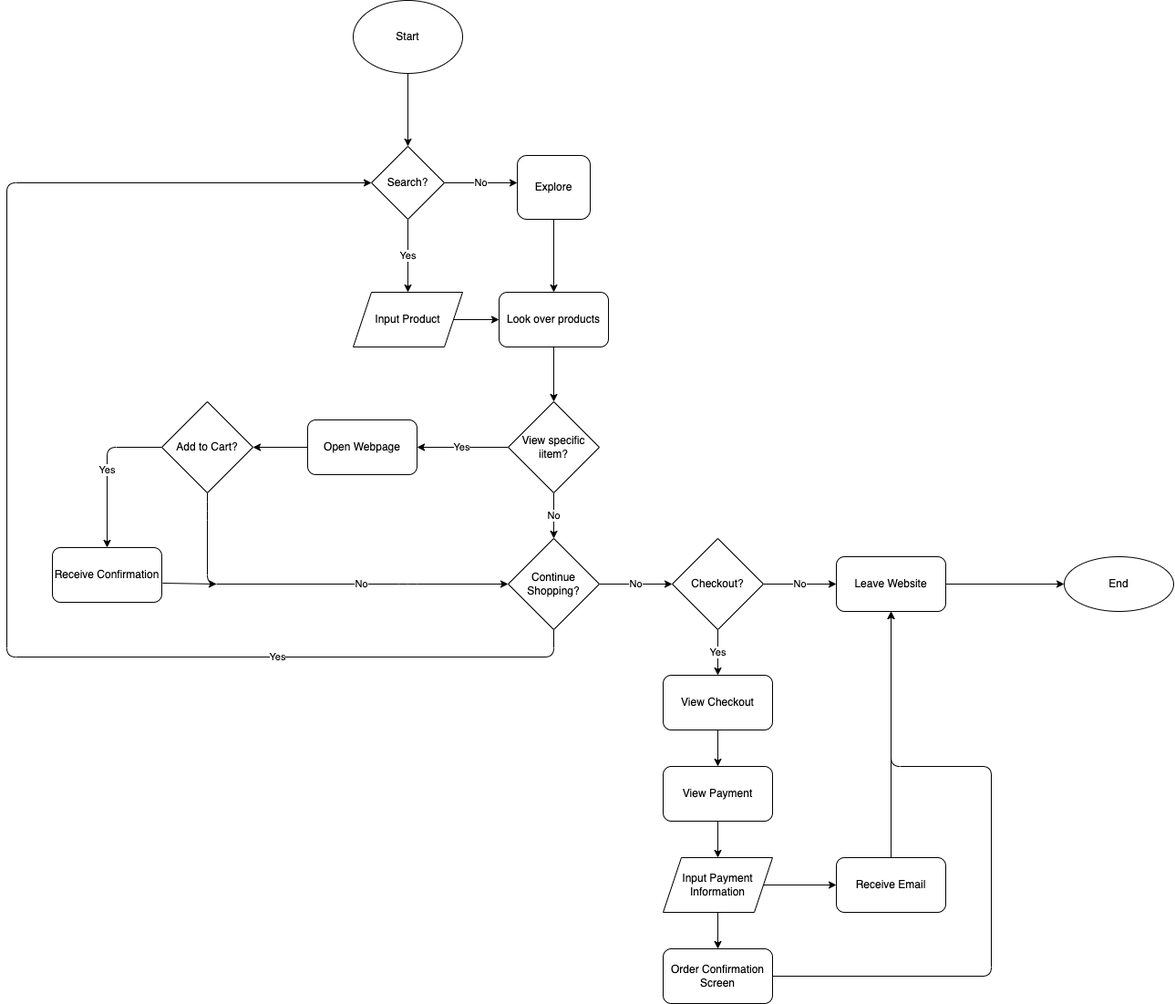
Before: explore/diagramming/diagram.drawio.png, a diagram exported from draw.io (3ndrew123/fa22-cse110-lab4). Source tidied: cells renumbered, new cells last; positions are measured from the earlier drawing's top-left corner, leaving out a move shared by most shapes. The source it was exported from:
```xml
<mxGraphModel>
  <root>
    <mxCell id="0" />
    <mxCell id="1" parent="0" />
    <mxCell id="2" style="edgeStyle=none;html=1;entryX=0.5;entryY=0;entryDx=0;entryDy=0;" parent="1" edge="1" source="3" target="6">
      <mxGeometry relative="1" as="geometry" />
    </mxCell>
    <mxCell id="3" value="Start" style="ellipse;whiteSpace=wrap;html=1;" parent="1" vertex="1">
      <mxGeometry x="380" width="120" height="80" as="geometry" />
    </mxCell>
    <mxCell id="4" value="No" style="edgeStyle=none;html=1;entryX=0;entryY=0.5;entryDx=0;entryDy=0;" parent="1" edge="1" source="6">
      <mxGeometry relative="1" as="geometry">
        <mxPoint x="560" y="200" as="targetPoint" />
      </mxGeometry>
    </mxCell>
    <mxCell id="5" value="Yes" style="edgeStyle=none;html=1;" parent="1" edge="1" source="6" target="9">
      <mxGeometry relative="1" as="geometry" />
    </mxCell>
    <mxCell id="6" value="Search?" style="rhombus;whiteSpace=wrap;html=1;" parent="1" vertex="1">
      <mxGeometry x="400" y="160" width="80" height="80" as="geometry" />
    </mxCell>
    <mxCell id="7" style="edgeStyle=none;html=1;entryX=0.5;entryY=0;entryDx=0;entryDy=0;" parent="1" edge="1" target="11">
      <mxGeometry relative="1" as="geometry">
        <mxPoint x="600" y="240" as="sourcePoint" />
      </mxGeometry>
    </mxCell>
    <mxCell id="8" style="edgeStyle=none;html=1;" parent="1" edge="1" source="9" target="11">
      <mxGeometry relative="1" as="geometry" />
    </mxCell>
    <mxCell id="9" value="Input Product" style="shape=parallelogram;perimeter=parallelogramPerimeter;whiteSpace=wrap;html=1;fixedSize=1;" parent="1" vertex="1">
      <mxGeometry x="380" y="320" width="120" height="60" as="geometry" />
    </mxCell>
    <mxCell id="10" style="edgeStyle=none;html=1;" parent="1" edge="1" source="11">
      <mxGeometry relative="1" as="geometry">
        <mxPoint x="600" y="440" as="targetPoint" />
      </mxGeometry>
    </mxCell>
    <mxCell id="11" value="Look over products" style="rounded=1;whiteSpace=wrap;html=1;" parent="1" vertex="1">
      <mxGeometry x="540" y="320" width="120" height="60" as="geometry" />
    </mxCell>
    <mxCell id="12" value="Explore" style="rounded=1;whiteSpace=wrap;html=1;" parent="1" vertex="1">
      <mxGeometry x="560" y="170" width="80" height="70" as="geometry" />
    </mxCell>
    <mxCell id="13" value="No" style="edgeStyle=none;html=1;" parent="1" edge="1" source="15" target="18">
      <mxGeometry relative="1" as="geometry" />
    </mxCell>
    <mxCell id="14" value="Yes" style="edgeStyle=none;html=1;" parent="1" edge="1" source="15">
      <mxGeometry relative="1" as="geometry">
        <mxPoint x="450" y="490" as="targetPoint" />
      </mxGeometry>
    </mxCell>
    <mxCell id="15" value="View specific iitem?" style="rhombus;whiteSpace=wrap;html=1;" parent="1" vertex="1">
      <mxGeometry x="550" y="440" width="100" height="100" as="geometry" />
    </mxCell>
    <mxCell id="16" value="Yes" style="edgeStyle=none;html=1;exitX=0.5;exitY=1;exitDx=0;exitDy=0;entryX=0;entryY=0.5;entryDx=0;entryDy=0;" parent="1" edge="1" source="18" target="6">
      <mxGeometry x="-0.57" relative="1" as="geometry">
        <Array as="points">
          <mxPoint x="600" y="720" />
          <mxPoint y="720" />
          <mxPoint y="200" />
        </Array>
      </mxGeometry>
    </mxCell>
    <mxCell id="17" value="No" style="edgeStyle=none;html=1;entryX=0;entryY=0.5;entryDx=0;entryDy=0;" parent="1" edge="1" source="18" target="28">
      <mxGeometry relative="1" as="geometry" />
    </mxCell>
    <mxCell id="18" value="Continue Shopping?" style="rhombus;whiteSpace=wrap;html=1;" parent="1" vertex="1">
      <mxGeometry x="550" y="590" width="100" height="100" as="geometry" />
    </mxCell>
    <mxCell id="19" value="No" style="edgeStyle=none;html=1;entryX=0;entryY=0.5;entryDx=0;entryDy=0;" parent="1" edge="1" source="21" target="18">
      <mxGeometry x="0.26" relative="1" as="geometry">
        <Array as="points">
          <mxPoint x="220" y="560" />
          <mxPoint x="220" y="640" />
          <mxPoint x="440" y="640" />
        </Array>
      </mxGeometry>
    </mxCell>
    <mxCell id="20" value="Yes" style="edgeStyle=none;html=1;entryX=0.5;entryY=0;entryDx=0;entryDy=0;exitX=0;exitY=0.5;exitDx=0;exitDy=0;" parent="1" edge="1" source="21" target="23">
      <mxGeometry relative="1" as="geometry">
        <Array as="points">
          <mxPoint x="110" y="490" />
        </Array>
      </mxGeometry>
    </mxCell>
    <mxCell id="21" value="Add to Cart?" style="rhombus;whiteSpace=wrap;html=1;" parent="1" vertex="1">
      <mxGeometry x="170" y="440" width="100" height="100" as="geometry" />
    </mxCell>
    <mxCell id="22" style="edgeStyle=none;html=1;exitX=1.008;exitY=0.65;exitDx=0;exitDy=0;exitPerimeter=0;" parent="1" edge="1" source="23">
      <mxGeometry relative="1" as="geometry">
        <mxPoint x="230" y="640" as="targetPoint" />
      </mxGeometry>
    </mxCell>
    <mxCell id="23" value="Receive Confirmation" style="rounded=1;whiteSpace=wrap;html=1;" parent="1" vertex="1">
      <mxGeometry x="50" y="600" width="120" height="60" as="geometry" />
    </mxCell>
    <mxCell id="24" style="edgeStyle=none;html=1;entryX=1;entryY=0.5;entryDx=0;entryDy=0;" parent="1" edge="1" source="25" target="21">
      <mxGeometry relative="1" as="geometry" />
    </mxCell>
    <mxCell id="25" value="Open Webpage" style="rounded=1;whiteSpace=wrap;html=1;" parent="1" vertex="1">
      <mxGeometry x="330" y="460" width="120" height="60" as="geometry" />
    </mxCell>
    <mxCell id="26" value="No" style="edgeStyle=none;html=1;" parent="1" edge="1" source="28">
      <mxGeometry relative="1" as="geometry">
        <mxPoint x="910" y="640" as="targetPoint" />
      </mxGeometry>
    </mxCell>
    <mxCell id="27" value="Yes" style="edgeStyle=none;html=1;exitX=0.5;exitY=1;exitDx=0;exitDy=0;" parent="1" edge="1" source="28" target="32">
      <mxGeometry relative="1" as="geometry" />
    </mxCell>
    <mxCell id="28" value="Checkout?" style="rhombus;whiteSpace=wrap;html=1;" parent="1" vertex="1">
      <mxGeometry x="730" y="590" width="100" height="100" as="geometry" />
    </mxCell>
    <mxCell id="29" style="edgeStyle=none;html=1;" parent="1" edge="1" source="30" target="42">
      <mxGeometry relative="1" as="geometry" />
    </mxCell>
    <mxCell id="30" value="Leave Website" style="rounded=1;whiteSpace=wrap;html=1;" parent="1" vertex="1">
      <mxGeometry x="910" y="610" width="120" height="60" as="geometry" />
    </mxCell>
    <mxCell id="31" style="edgeStyle=none;html=1;" parent="1" edge="1" source="32" target="34">
      <mxGeometry relative="1" as="geometry" />
    </mxCell>
    <mxCell id="32" value="View Checkout" style="rounded=1;whiteSpace=wrap;html=1;" parent="1" vertex="1">
      <mxGeometry x="720" y="740" width="120" height="60" as="geometry" />
    </mxCell>
    <mxCell id="33" style="edgeStyle=none;html=1;exitX=0.5;exitY=1;exitDx=0;exitDy=0;entryX=0.5;entryY=0;entryDx=0;entryDy=0;" parent="1" edge="1" source="34" target="37">
      <mxGeometry relative="1" as="geometry" />
    </mxCell>
    <mxCell id="34" value="View Payment" style="rounded=1;whiteSpace=wrap;html=1;" parent="1" vertex="1">
      <mxGeometry x="720" y="840" width="120" height="60" as="geometry" />
    </mxCell>
    <mxCell id="35" style="edgeStyle=none;html=1;exitX=0.5;exitY=1;exitDx=0;exitDy=0;entryX=0.5;entryY=0;entryDx=0;entryDy=0;" parent="1" edge="1" source="37" target="39">
      <mxGeometry relative="1" as="geometry" />
    </mxCell>
    <mxCell id="36" style="edgeStyle=none;html=1;" parent="1" edge="1" source="37" target="40">
      <mxGeometry relative="1" as="geometry" />
    </mxCell>
    <mxCell id="37" value="Input Payment Information" style="shape=parallelogram;perimeter=parallelogramPerimeter;whiteSpace=wrap;html=1;fixedSize=1;" parent="1" vertex="1">
      <mxGeometry x="720" y="940" width="120" height="60" as="geometry" />
    </mxCell>
    <mxCell id="38" style="edgeStyle=none;html=1;entryX=0.5;entryY=1;entryDx=0;entryDy=0;" parent="1" edge="1" source="39" target="30">
      <mxGeometry relative="1" as="geometry">
        <Array as="points">
          <mxPoint x="1080" y="1070" />
          <mxPoint x="1080" y="840" />
          <mxPoint x="970" y="840" />
        </Array>
      </mxGeometry>
    </mxCell>
    <mxCell id="39" value="Order Confirmation Screen" style="rounded=1;whiteSpace=wrap;html=1;" parent="1" vertex="1">
      <mxGeometry x="720" y="1040" width="120" height="60" as="geometry" />
    </mxCell>
    <mxCell id="40" value="Receive Email" style="rounded=1;whiteSpace=wrap;html=1;" parent="1" vertex="1">
      <mxGeometry x="910" y="940" width="120" height="60" as="geometry" />
    </mxCell>
    <mxCell id="41" style="edgeStyle=none;html=1;entryX=0.5;entryY=1;entryDx=0;entryDy=0;" parent="1" edge="1" source="40" target="30">
      <mxGeometry relative="1" as="geometry" />
    </mxCell>
    <mxCell id="42" value="End" style="ellipse;whiteSpace=wrap;html=1;rounded=1;" parent="1" vertex="1">
      <mxGeometry x="1160" y="610" width="120" height="60" as="geometry" />
    </mxCell>
  </root>
</mxGraphModel>
```
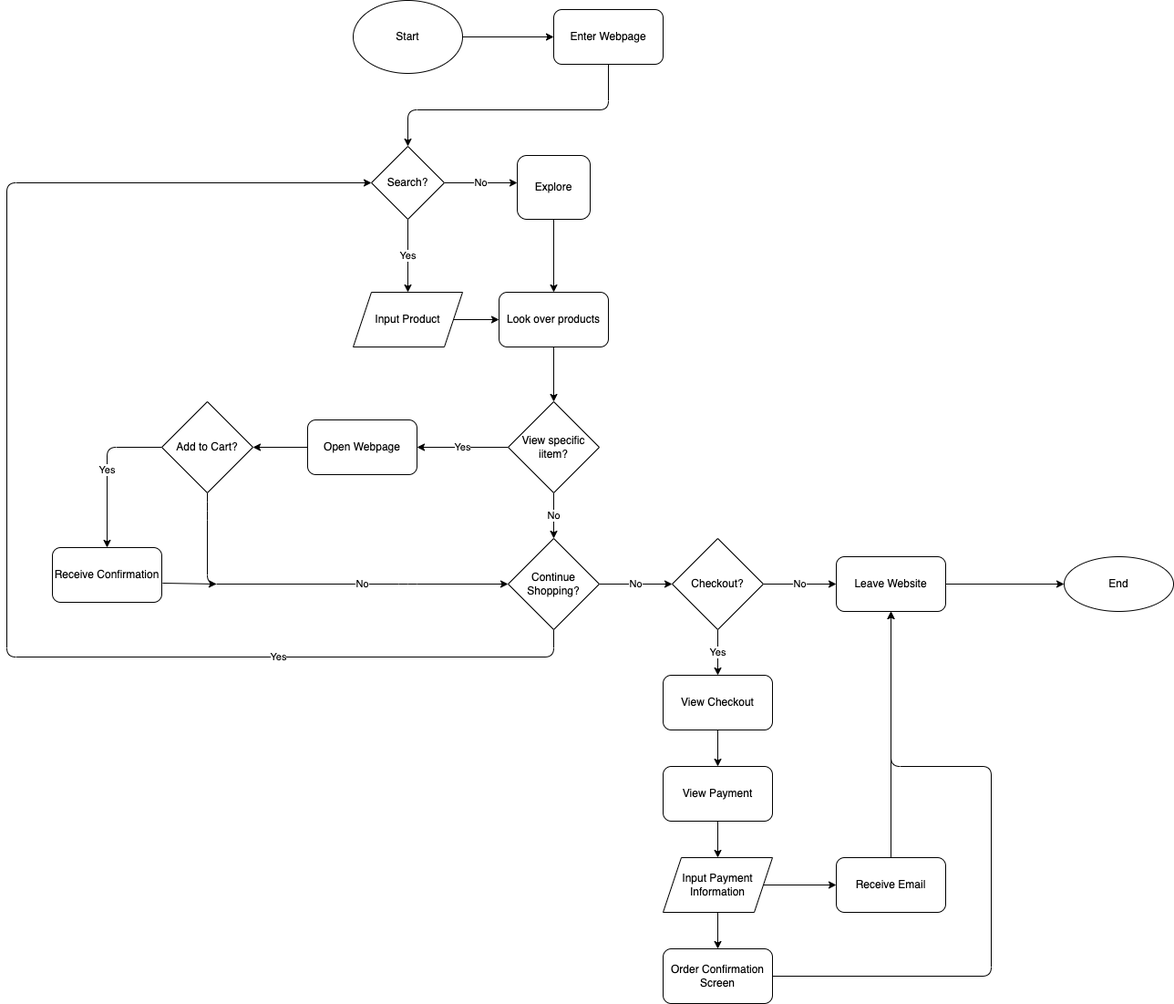
After the change.

Commit message:
Fixed part2 answer and diagramming

The edit, as a diff of the source:
```diff
@@ -2,7 +2,7 @@
   <root>
     <mxCell id="0" />
     <mxCell id="1" parent="0" />
-    <mxCell id="2" style="edgeStyle=none;html=1;entryX=0.5;entryY=0;entryDx=0;entryDy=0;" parent="1" edge="1" source="3" target="6">
+    <mxCell id="2" style="edgeStyle=none;html=1;entryX=0;entryY=0.5;entryDx=0;entryDy=0;exitX=1;exitY=0.5;exitDx=0;exitDy=0;" parent="1" edge="1" source="3" target="44">
       <mxGeometry relative="1" as="geometry" />
     </mxCell>
     <mxCell id="3" value="Start" style="ellipse;whiteSpace=wrap;html=1;" parent="1" vertex="1">
@@ -159,5 +159,16 @@
     <mxCell id="42" value="End" style="ellipse;whiteSpace=wrap;html=1;rounded=1;" parent="1" vertex="1">
       <mxGeometry x="1160" y="610" width="120" height="60" as="geometry" />
     </mxCell>
+    <mxCell id="43" style="edgeStyle=none;html=1;entryX=0.5;entryY=0;entryDx=0;entryDy=0;" parent="1" edge="1" source="44" target="6">
+      <mxGeometry relative="1" as="geometry">
+        <Array as="points">
+          <mxPoint x="660" y="120" />
+          <mxPoint x="440" y="120" />
+        </Array>
+      </mxGeometry>
+    </mxCell>
+    <mxCell id="44" value="Enter Webpage" style="rounded=1;whiteSpace=wrap;html=1;" parent="1" vertex="1">
+      <mxGeometry x="600" y="10" width="120" height="60" as="geometry" />
+    </mxCell>
   </root>
 </mxGraphModel>
```
